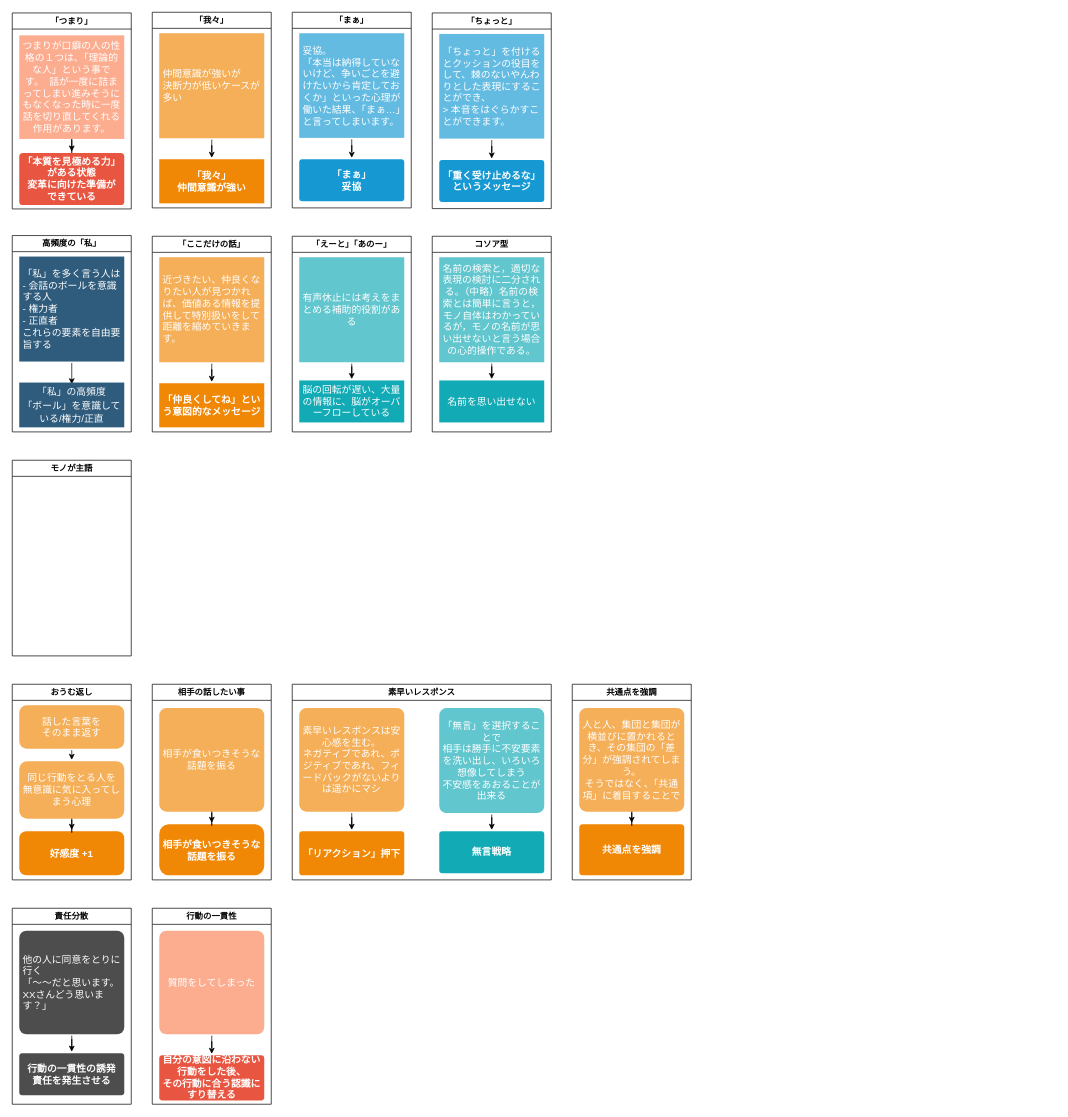
Earlier version of the draw.io diagram 2000vorcal/parts.drawio (minegishirei/psy_drawio). Source tidied: cells renumbered, new cells numbered last; positions are measured from the earlier drawing's top-left corner, leaving out a move shared by most shapes. Both pictures are drawn from the tidied source at 70%, with x=0, y=0 at pixel (12, 12).
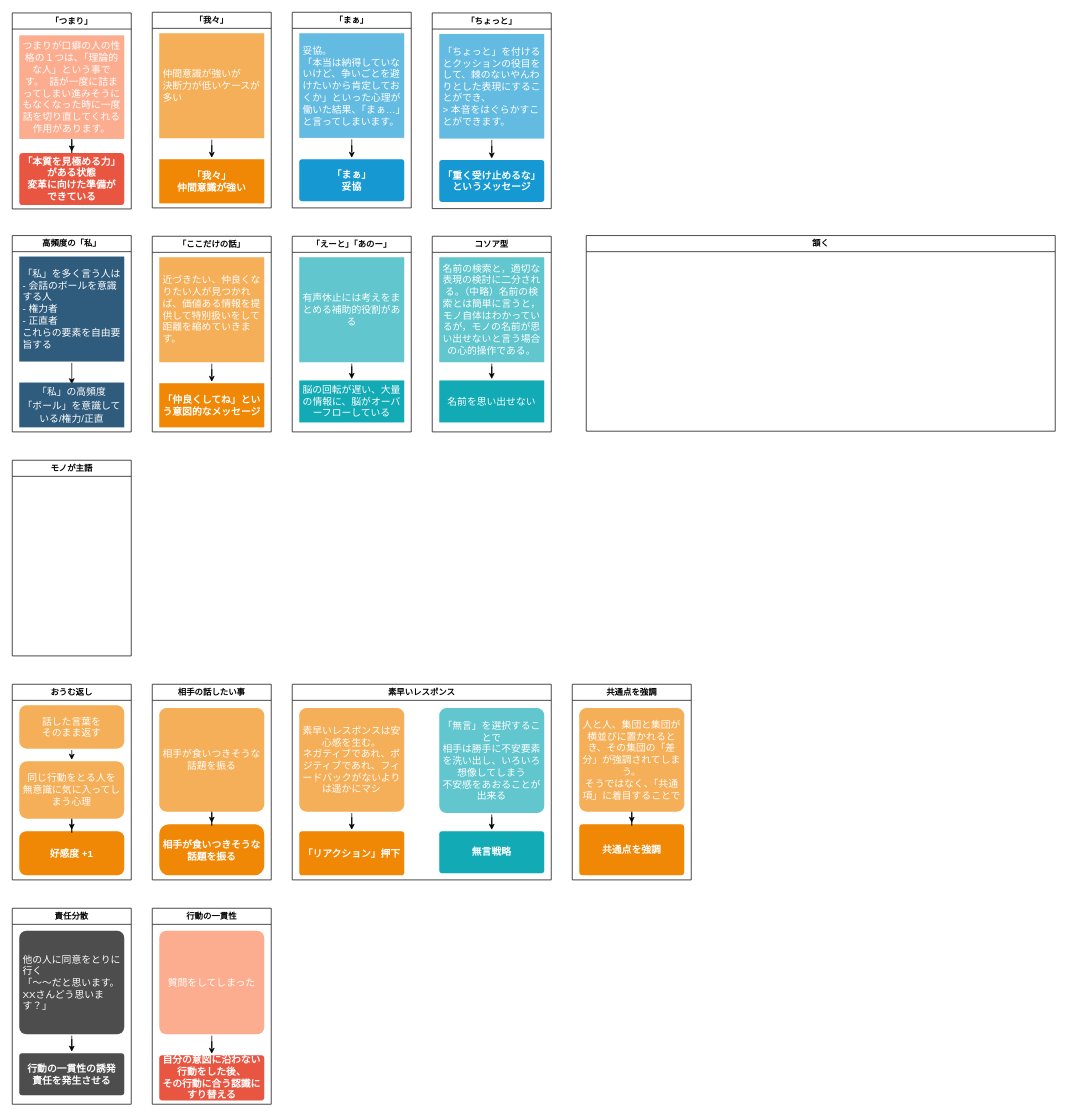
After the change.

Diff of the diagram source:
```diff
@@
+    <mxCell id="64" value="頷く" style="swimlane;whiteSpace=wrap;html=1;" parent="1" vertex="1">
+      <mxGeometry x="820" y="319" width="670" height="279.5" as="geometry" />
+    </mxCell>
```
